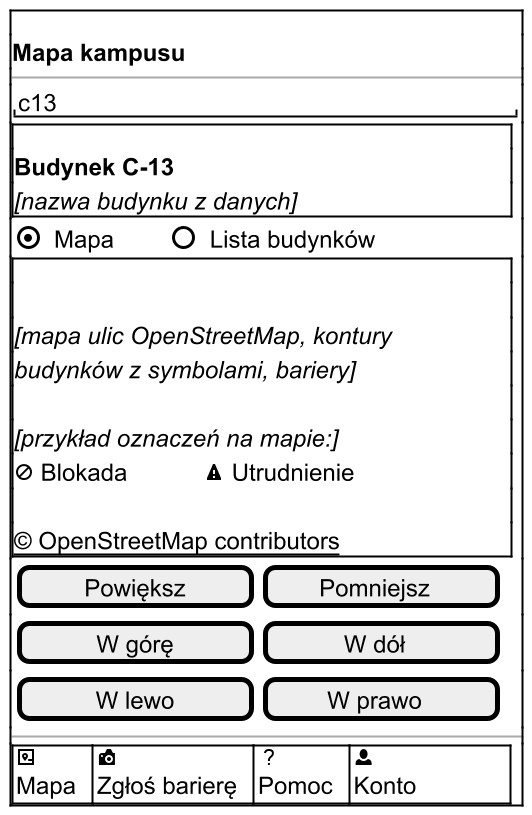
The PlantUML diagram docs/docs/_generated/m-v1-mapa-wyszukiwanie.png in dostepny-kampus/dostepny-kampus, before a commit.
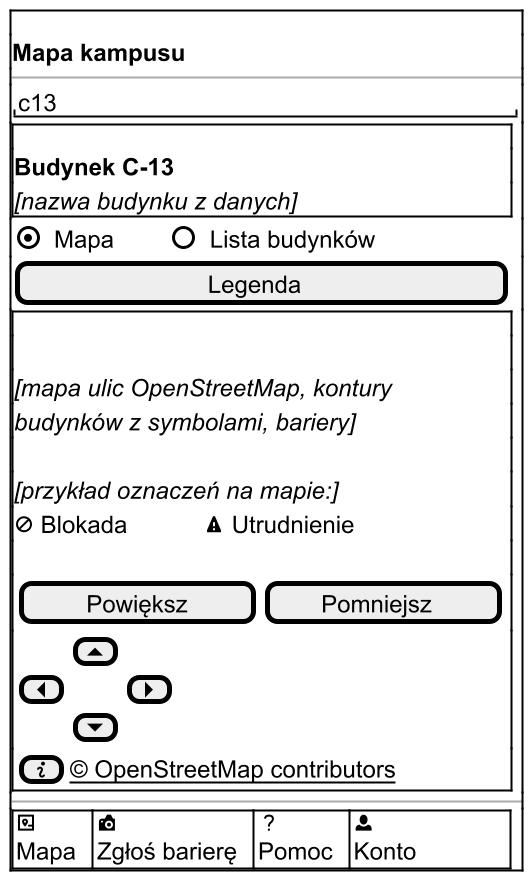
The same file after the commit.

Diff of the diagram source:
```diff
@@ -10,8 +10,8 @@
 <i>[nazwa budynku z danych]</i>
 }
 $przelacznik("Mapa", "Lista budynków", 1)
-$mapa("mapa ulic OpenStreetMap, kontury budynków z symbolami, bariery", $blokada() + $dk_spacje(6) + $utrudnienie())
-$przyciski_mapy()
+$przycisk("Legenda")
+$mapa("mapa ulic OpenStreetMap, kontury budynków z symbolami, bariery", $blokada() + $dk_spacje(6) + $utrudnienie(), "info")
 $pasek_dolny_konto()
 $ekran_koniec()
 @endsalt
```
